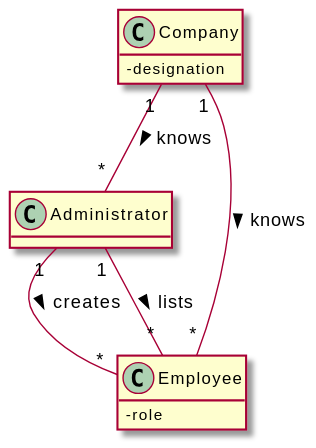
This is docs/SprintB/US11/DM/US11_DM.svg from miseEnPlace-i/lapr2, a PlantUML export, as it was before one commit.
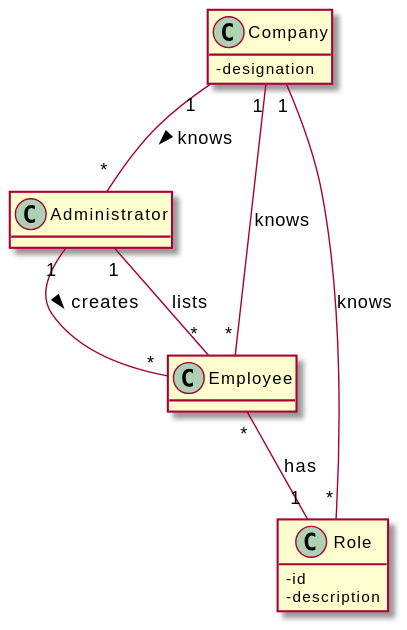
After the change.

What changed in the source:
```diff
@@ -5,17 +5,24 @@
 class Administrator {}
 
 class Employee {
-  - role
 }
 
 class Company {
   - designation
 }
 
+class Role {
+  - id
+  - description
+}
+
 Administrator "1" -- "*" Employee : creates >
-Administrator "1" -- "*" Employee : lists >
+Administrator "1" -- "*" Employee : lists
 
-Company "1" -- "*" Administrator : knows >
-Company "1" -- "*" Employee : knows >
+Company "1" -- "*" Administrator : knows  >
+Company "1" -- "*" Employee : knows
+
+Employee "*" -- "1" Role : has
+Company "1" -- "*" Role : knows
 
 @enduml
```
